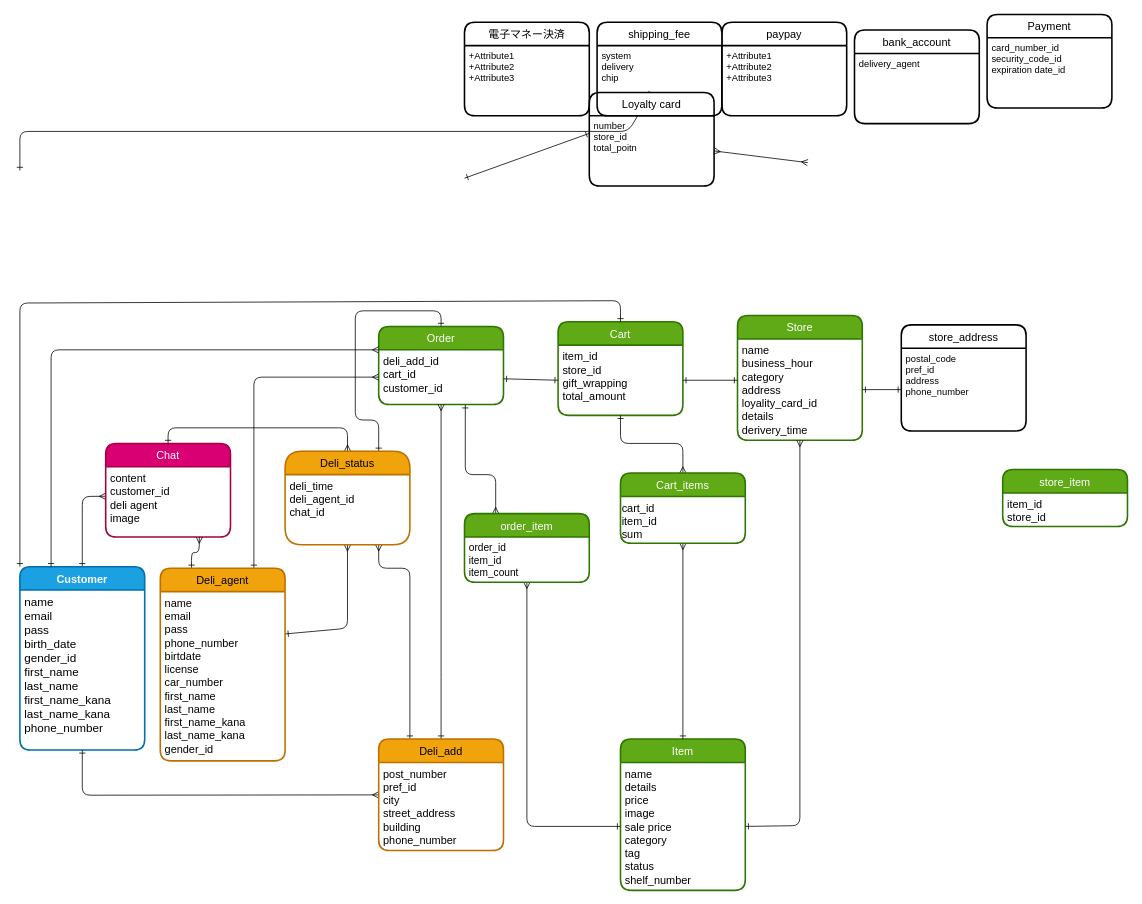
otak0574/originalapp-37001 keeps this draw.io diagram as ori-app.dio. Above is the earlier version. Source tidied: cells renumbered, new cells numbered last; positions are measured from the earlier drawing's top-left corner, leaving out a move shared by most shapes. Both pictures are drawn from the tidied source at 78%, with x=0, y=0 at pixel (20, 14).
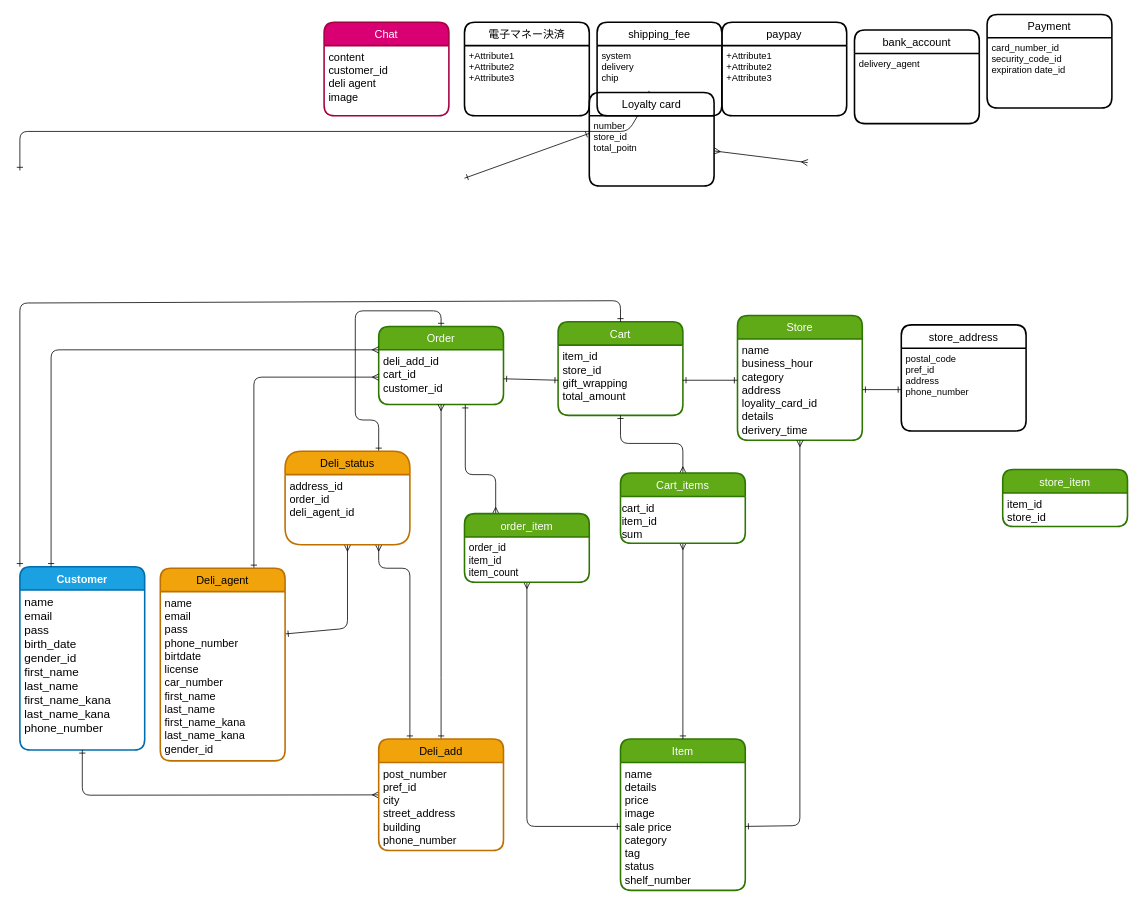
The same diagram, later.

Unchanged cells that the change refers to:
```xml
<mxCell id="3" value="Customer" style="swimlane;horizontal=1;startSize=30;rounded=1;fontSize=14;fontStyle=1;strokeWidth=2;shadow=0;dashed=0;align=center;fillColor=#1ba1e2;fontColor=#ffffff;strokeColor=#006EAF;" parent="1" vertex="1">
  <mxGeometry y="708" width="160" height="235" as="geometry" />
</mxCell>
<mxCell id="23" value="content&#10;customer_id&#10;deli agent&#10;image" style="align=left;strokeColor=none;fillColor=none;spacingLeft=4;fontSize=14;verticalAlign=top;" parent="22" vertex="1">
  <mxGeometry y="30" width="160" height="90" as="geometry" />
</mxCell>
<mxCell id="54" value="Deli_agent" style="swimlane;horizontal=1;startSize=30;rounded=1;fontSize=14;fontStyle=0;strokeWidth=2;shadow=0;dashed=0;align=center;fillColor=#f0a30a;strokeColor=#BD7000;fontColor=#000000;" parent="1" vertex="1">
  <mxGeometry x="180" y="710" width="160" height="247" as="geometry" />
</mxCell>
<mxCell id="57" value="Deli_status" style="swimlane;horizontal=1;startSize=30;rounded=1;fontSize=14;fontStyle=0;strokeWidth=2;shadow=0;dashed=0;align=center;arcSize=24;fillColor=#f0a30a;fontColor=#000000;strokeColor=#BD7000;" parent="1" vertex="1">
  <mxGeometry x="340" y="560" width="160" height="120" as="geometry" />
</mxCell>
```

Diff of the diagram source:
```diff
@@
-    <mxCell id="2" style="edgeStyle=none;html=1;entryX=0;entryY=0.419;entryDx=0;entryDy=0;fontSize=13;exitX=0.5;exitY=0;exitDx=0;exitDy=0;entryPerimeter=0;endArrow=ERmany;endFill=0;startArrow=ERone;startFill=0;" parent="1" edge="1" source="3" target="23">
-      <mxGeometry relative="1" as="geometry">
-        <Array as="points">
-          <mxPoint x="80" y="618" />
-        </Array>
-      </mxGeometry>
-    </mxCell>
@@
     <mxCell id="22" value="Chat" style="swimlane;horizontal=1;startSize=30;rounded=1;fontSize=14;fontStyle=0;strokeWidth=2;shadow=0;dashed=0;align=center;fillColor=#d80073;fontColor=#ffffff;strokeColor=#A50040;" parent="1" vertex="1">
-      <mxGeometry x="110" y="550" width="160" height="120" as="geometry" />
+      <mxGeometry x="390" y="10" width="160" height="120" as="geometry" />
     </mxCell>
@@
-    <mxCell id="25" style="edgeStyle=none;html=1;fontSize=13;startArrow=ERmany;startFill=0;endArrow=ERone;endFill=0;exitX=0.5;exitY=0;exitDx=0;exitDy=0;entryX=0.5;entryY=0;entryDx=0;entryDy=0;" parent="1" edge="1" source="57" target="22">
-      <mxGeometry relative="1" as="geometry">
-        <Array as="points">
-          <mxPoint x="420" y="530" />
-          <mxPoint x="190" y="530" />
-        </Array>
-      </mxGeometry>
-    </mxCell>
@@
-    <mxCell id="38" style="edgeStyle=none;html=1;entryX=0.25;entryY=0;entryDx=0;entryDy=0;fontSize=13;startArrow=ERmany;startFill=0;endArrow=ERone;endFill=0;exitX=0.75;exitY=1;exitDx=0;exitDy=0;" parent="1" edge="1" source="23" target="54">
-      <mxGeometry relative="1" as="geometry">
-        <Array as="points">
-          <mxPoint x="230" y="690" />
-          <mxPoint x="220" y="690" />
-        </Array>
-      </mxGeometry>
-    </mxCell>
@@
-    <mxCell id="58" value="deli_time&#10;deli_agent_id&#10;chat_id" style="align=left;strokeColor=none;fillColor=none;spacingLeft=4;fontSize=14;verticalAlign=top;" parent="57" vertex="1">
+    <mxCell id="58" value="address_id&#10;order_id&#10;deli_agent_id" style="align=left;strokeColor=none;fillColor=none;spacingLeft=4;fontSize=14;verticalAlign=top;" parent="57" vertex="1">
       <mxGeometry y="30" width="160" height="90" as="geometry" />
     </mxCell>
```
